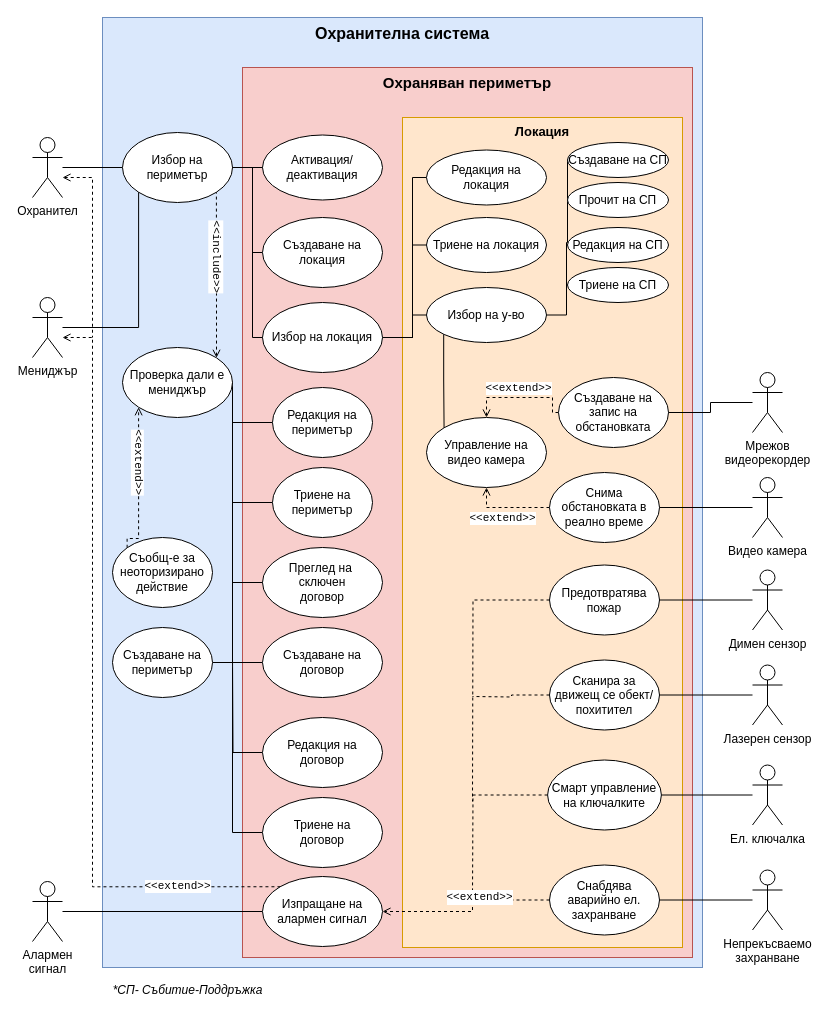
This is 2usecase.drawio from IsmailSalehCode/UML-course-work, a draw.io file, before an edit. Source tidied: cells renumbered, new cells numbered last; positions are measured from the earlier drawing's top-left corner, leaving out a move shared by most shapes. Both pictures are drawn from the tidied source at 100%, with x=0, y=0 at pixel (32, 17).
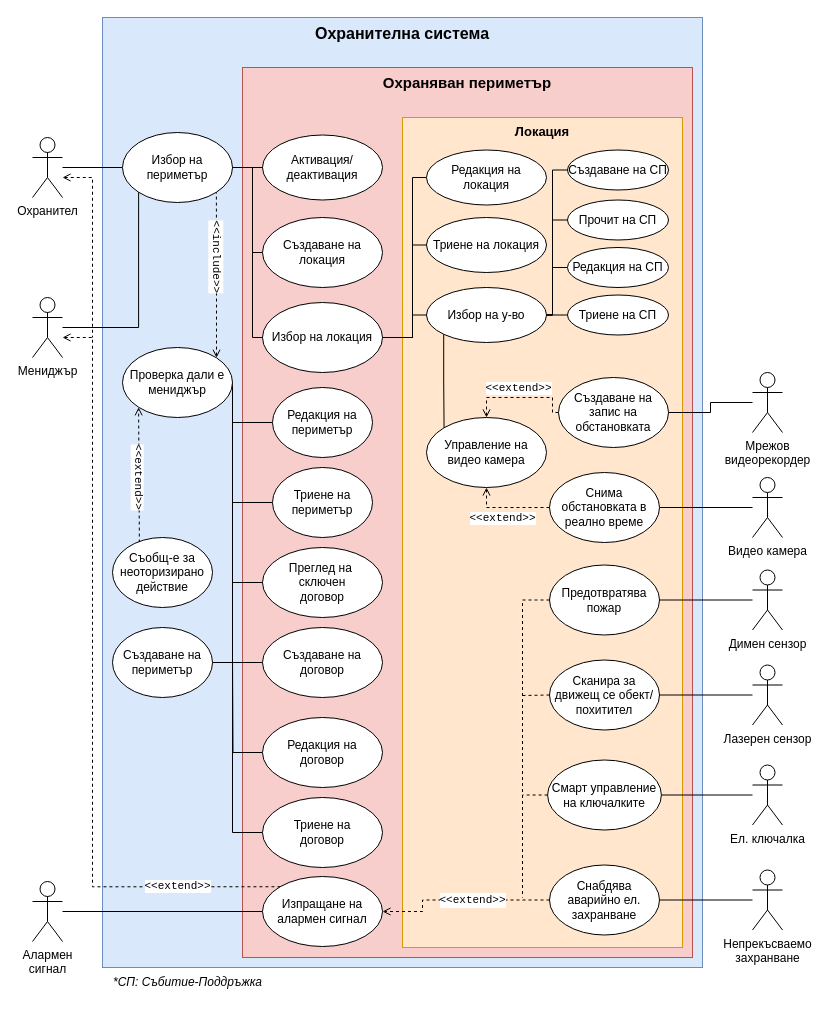
The same diagram, later.

The change refers to these unchanged cells:
```xml
<mxCell id="25" value="Предотвратява пожар" style="ellipse;whiteSpace=wrap;html=1;" parent="1" vertex="1">
  <mxGeometry x="517" y="547.5" width="110" height="70" as="geometry" />
</mxCell>
<mxCell id="27" value="Сканира за движещ се обект/ похитител" style="ellipse;whiteSpace=wrap;html=1;" parent="1" vertex="1">
  <mxGeometry x="517" y="642.5" width="110" height="70" as="geometry" />
</mxCell>
<mxCell id="36" value="Смарт управление на ключалките" style="ellipse;whiteSpace=wrap;html=1;" parent="1" vertex="1">
  <mxGeometry x="515.1" y="742.5" width="113.8" height="70" as="geometry" />
</mxCell>
<mxCell id="39" value="&lt;span style=&quot;background-color: initial;&quot;&gt;Снабдява&lt;/span&gt;&lt;div&gt;&lt;span style=&quot;background-color: initial;&quot;&gt;аварийно ел. захранване&lt;/span&gt;&lt;/div&gt;" style="ellipse;whiteSpace=wrap;html=1;" parent="1" vertex="1">
  <mxGeometry x="517" y="847.5" width="110" height="70" as="geometry" />
</mxCell>
<mxCell id="42" value="Управление на видео камера" style="ellipse;whiteSpace=wrap;html=1;" parent="1" vertex="1">
  <mxGeometry x="394" y="400" width="120" height="70" as="geometry" />
</mxCell>
<mxCell id="43" value="Изпращане на алармен сигнал" style="ellipse;whiteSpace=wrap;html=1;" parent="1" vertex="1">
  <mxGeometry x="230" y="859" width="120" height="70" as="geometry" />
</mxCell>
<mxCell id="62" value="Проверка дали е мениджър" style="ellipse;whiteSpace=wrap;html=1;" parent="1" vertex="1">
  <mxGeometry x="90" y="330" width="110" height="70" as="geometry" />
</mxCell>
<mxCell id="65" value="Съобщ-е за неоторизирано действие" style="ellipse;whiteSpace=wrap;html=1;" parent="1" vertex="1">
  <mxGeometry x="80" y="520" width="100" height="70" as="geometry" />
</mxCell>
<mxCell id="77" value="Избор на у-во" style="ellipse;whiteSpace=wrap;html=1;" parent="1" vertex="1">
  <mxGeometry x="394" y="270" width="120" height="55" as="geometry" />
</mxCell>
```

The edit, as a diff of the source:
```diff
@@
     <mxCell id="24" style="edgeStyle=orthogonalEdgeStyle;rounded=0;jettySize=auto;html=1;endArrow=none;endFill=0;dashed=1;" parent="1" edge="1" source="25">
       <mxGeometry relative="1" as="geometry">
-        <mxPoint x="440" y="784" as="targetPoint" />
+        <mxPoint x="490" y="880" as="targetPoint" />
+        <Array as="points">
+          <mxPoint x="490" y="583" />
+          <mxPoint x="490" y="880" />
+        </Array>
       </mxGeometry>
     </mxCell>
@@
-    <mxCell id="26" style="edgeStyle=orthogonalEdgeStyle;rounded=0;jettySize=auto;html=1;dashed=1;endArrow=none;endFill=0;" parent="1" edge="1" source="27">
+    <mxCell id="26" style="rounded=0;jettySize=auto;html=1;dashed=1;endArrow=none;endFill=0;" parent="1" edge="1" source="27">
       <mxGeometry relative="1" as="geometry">
-        <mxPoint x="440" y="679" as="targetPoint" />
+        <mxPoint x="490" y="678" as="targetPoint" />
       </mxGeometry>
     </mxCell>
@@
-    <mxCell id="35" style="edgeStyle=orthogonalEdgeStyle;rounded=0;jettySize=auto;html=1;endArrow=none;endFill=0;dashed=1;" parent="1" edge="1" source="36">
-      <mxGeometry relative="1" as="geometry">
-        <mxPoint x="440" y="880" as="targetPoint" />
-      </mxGeometry>
-    </mxCell>
+    <mxCell id="83" style="edgeStyle=orthogonalEdgeStyle;rounded=0;jettySize=auto;html=1;endArrow=none;endFill=0;dashed=1;" parent="1" edge="1" source="36">
+      <mxGeometry relative="1" as="geometry">
+        <mxPoint x="490" y="777.5" as="targetPoint" />
+      </mxGeometry>
+    </mxCell>
@@
     <mxCell id="37" style="edgeStyle=orthogonalEdgeStyle;rounded=0;jettySize=auto;html=1;entryX=1;entryY=0.5;entryDx=0;entryDy=0;dashed=1;endArrow=open;endFill=0;" parent="1" edge="1" source="39" target="43">
       <mxGeometry relative="1" as="geometry">
         <Array as="points">
-          <mxPoint x="440" y="883" />
-          <mxPoint x="440" y="894" />
+          <mxPoint x="390" y="883" />
+          <mxPoint x="390" y="894" />
         </Array>
       </mxGeometry>
     </mxCell>
     <mxCell id="38" value="&lt;font face=&quot;Courier New&quot;&gt;&amp;lt;&amp;lt;extend&amp;gt;&amp;gt;&lt;/font&gt;" style="edgeLabel;html=1;align=center;verticalAlign=middle;" parent="37" vertex="1">
       <mxGeometry x="-0.21" relative="1" as="geometry">
-        <mxPoint y="-3" as="offset" />
+        <mxPoint x="-7" as="offset" />
       </mxGeometry>
     </mxCell>
@@
-    <mxCell id="63" style="edgeStyle=orthogonalEdgeStyle;rounded=0;jettySize=auto;html=1;entryX=0;entryY=1;entryDx=0;entryDy=0;endArrow=open;endFill=0;dashed=1;exitX=0;exitY=0;exitDx=0;exitDy=0;" parent="1" edge="1" source="65" target="62">
+    <mxCell id="63" style="edgeStyle=orthogonalEdgeStyle;rounded=0;jettySize=auto;html=1;entryX=0;entryY=1;entryDx=0;entryDy=0;endArrow=open;endFill=0;dashed=1;exitX=0.269;exitY=0.042;exitDx=0;exitDy=0;exitPerimeter=0;" parent="1" edge="1" source="65" target="62">
       <mxGeometry relative="1" as="geometry">
         <Array as="points">
-          <mxPoint x="95" y="521" />
-          <mxPoint x="106" y="521" />
+          <mxPoint x="107" y="530" />
+          <mxPoint x="106" y="530" />
         </Array>
       </mxGeometry>
     </mxCell>
     <mxCell id="64" value="&amp;lt;&amp;lt;extend&amp;gt;&amp;gt;" style="edgeLabel;html=1;align=center;verticalAlign=middle;fontFamily=Courier New;rotation=90;" parent="63" vertex="1">
       <mxGeometry x="-0.23" y="1" relative="1" as="geometry">
-        <mxPoint x="1" y="-39" as="offset" />
+        <mxPoint x="1" y="-21" as="offset" />
       </mxGeometry>
     </mxCell>
@@
+    <mxCell id="76" style="edgeStyle=orthogonalEdgeStyle;rounded=0;jettySize=auto;html=1;exitX=0;exitY=1;exitDx=0;exitDy=0;entryX=0;entryY=0;entryDx=0;entryDy=0;endArrow=none;endFill=0;" parent="1" edge="1" source="77" target="42">
+      <mxGeometry relative="1" as="geometry" />
+    </mxCell>
-    <mxCell id="75" style="rounded=0;jettySize=auto;html=1;entryX=0;entryY=0.5;entryDx=0;entryDy=0;endArrow=none;endFill=0;edgeStyle=orthogonalEdgeStyle;" parent="1" edge="1" source="77" target="78">
+    <mxCell id="75" style="edgeStyle=orthogonalEdgeStyle;rounded=0;jettySize=auto;html=1;entryX=0;entryY=0.5;entryDx=0;entryDy=0;endArrow=none;endFill=0;" parent="1" edge="1" source="77" target="78">
       <mxGeometry relative="1" as="geometry">
         <Array as="points">
-          <mxPoint x="534" y="297" />
-          <mxPoint x="534" y="225" />
-          <mxPoint x="535" y="225" />
+          <mxPoint x="520" y="298" />
+          <mxPoint x="520" y="153" />
         </Array>
       </mxGeometry>
     </mxCell>
-    <mxCell id="76" style="edgeStyle=orthogonalEdgeStyle;rounded=0;jettySize=auto;html=1;exitX=0;exitY=1;exitDx=0;exitDy=0;entryX=0;entryY=0;entryDx=0;entryDy=0;endArrow=none;endFill=0;" parent="1" edge="1" source="77" target="42">
-      <mxGeometry relative="1" as="geometry" />
-    </mxCell>
+    <mxCell id="84" style="edgeStyle=orthogonalEdgeStyle;rounded=0;jettySize=auto;html=1;entryX=0;entryY=0.5;entryDx=0;entryDy=0;endArrow=none;endFill=0;" parent="1" edge="1" source="77" target="80">
+      <mxGeometry relative="1" as="geometry">
+        <Array as="points">
+          <mxPoint x="520" y="298" />
+          <mxPoint x="520" y="203" />
+        </Array>
+      </mxGeometry>
+    </mxCell>
+    <mxCell id="85" style="edgeStyle=orthogonalEdgeStyle;rounded=0;jettySize=auto;html=1;entryX=0;entryY=0.5;entryDx=0;entryDy=0;endArrow=none;endFill=0;" parent="1" edge="1" source="77" target="82">
+      <mxGeometry relative="1" as="geometry">
+        <Array as="points">
+          <mxPoint x="520" y="298" />
+          <mxPoint x="520" y="250" />
+        </Array>
+      </mxGeometry>
+    </mxCell>
+    <mxCell id="86" style="rounded=0;jettySize=auto;html=1;entryX=0;entryY=0.5;entryDx=0;entryDy=0;endArrow=none;endFill=0;" parent="1" edge="1" source="77" target="81">
+      <mxGeometry relative="1" as="geometry" />
+    </mxCell>
@@
     <mxCell id="78" value="Създаване на СП" style="ellipse;whiteSpace=wrap;html=1;" parent="1" vertex="1">
-      <mxGeometry x="535" y="125" width="101" height="35" as="geometry" />
+      <mxGeometry x="535" y="132.5" width="101" height="40" as="geometry" />
     </mxCell>
-    <mxCell id="79" value="*СП- Събитие-Поддръжка" style="text;html=1;align=center;verticalAlign=middle;strokeColor=none;fillColor=none;fontStyle=2;" parent="1" vertex="1">
-      <mxGeometry x="70" y="958" width="170" height="30" as="geometry" />
+    <mxCell id="79" value="*СП: Събитие-Поддръжка" style="text;html=1;align=center;verticalAlign=middle;strokeColor=none;fillColor=none;fontStyle=2;" parent="1" vertex="1">
+      <mxGeometry x="70" y="950" width="170" height="30" as="geometry" />
     </mxCell>
     <mxCell id="80" value="Прочит на СП" style="ellipse;whiteSpace=wrap;html=1;" parent="1" vertex="1">
-      <mxGeometry x="535" y="165" width="101" height="35" as="geometry" />
+      <mxGeometry x="535" y="182.5" width="101" height="40" as="geometry" />
     </mxCell>
     <mxCell id="81" value="Триене на СП" style="ellipse;whiteSpace=wrap;html=1;" parent="1" vertex="1">
-      <mxGeometry x="535" y="250" width="101" height="35" as="geometry" />
+      <mxGeometry x="535" y="277.5" width="101" height="40" as="geometry" />
     </mxCell>
     <mxCell id="82" value="Редакция на СП" style="ellipse;whiteSpace=wrap;html=1;" parent="1" vertex="1">
-      <mxGeometry x="535" y="210" width="101" height="35" as="geometry" />
+      <mxGeometry x="535" y="230" width="101" height="40" as="geometry" />
     </mxCell>
```
